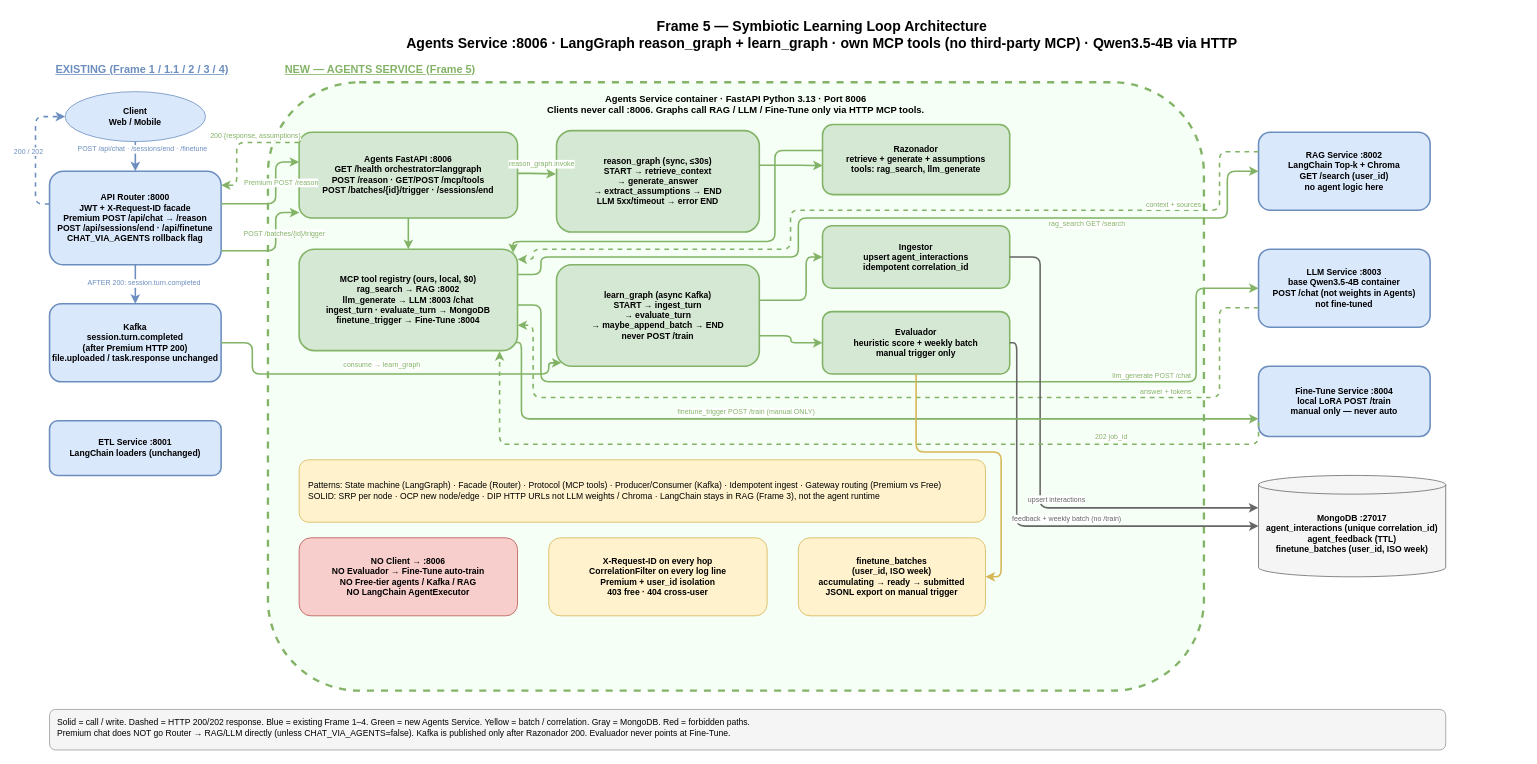
The draw.io diagram openspec/changes/objective-5-symbiotic-learning/output/diagrams/agents-architecture.drawio in da-ros/llm-brain, before the edit. Source tidied: cells renumbered, new cells numbered last; positions are measured from the earlier drawing's top-left corner, leaving out a move shared by most shapes. Both pictures are drawn from the tidied source at 78%, with x=0, y=0 at pixel (35, 13).
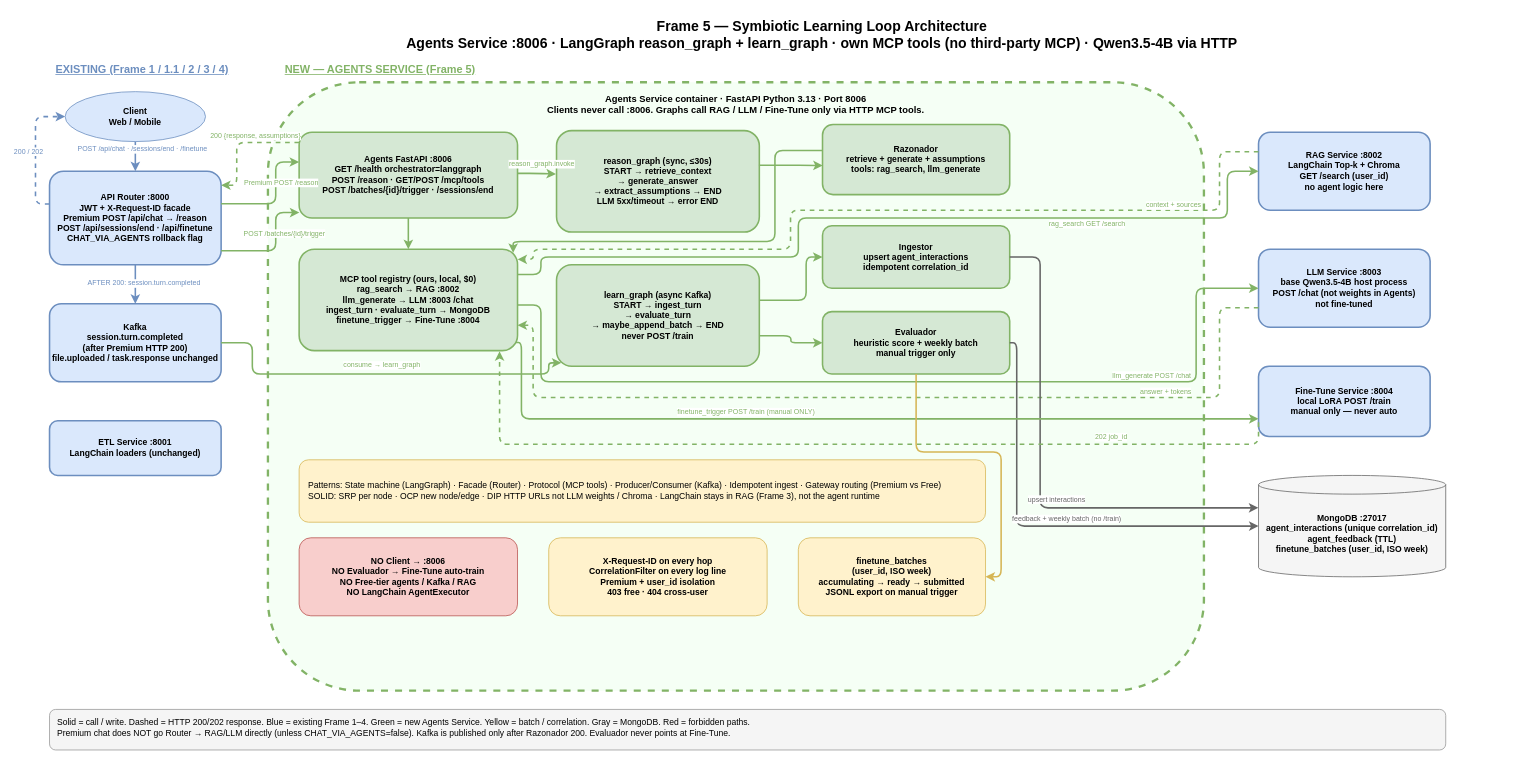
The same page after the edit.

Diff of the diagram source:
```diff
@@
-    <mxCell id="9" value="LLM Service :8003&#10;base Qwen3.5-4B container&#10;POST /chat (not weights in Agents)&#10;not fine-tuned" style="rounded=1;whiteSpace=wrap;html=1;fillColor=#dae8fc;strokeColor=#6c8ebf;fontSize=11;fontStyle=1;strokeWidth=2;" parent="1" vertex="1">
+    <mxCell id="9" value="LLM Service :8003&#10;base Qwen3.5-4B host process&#10;POST /chat (not weights in Agents)&#10;not fine-tuned" style="rounded=1;whiteSpace=wrap;html=1;fillColor=#dae8fc;strokeColor=#6c8ebf;fontSize=11;fontStyle=1;strokeWidth=2;" parent="1" vertex="1">
       <mxGeometry x="1568" y="302" width="220" height="100" as="geometry" />
     </mxCell>
```
